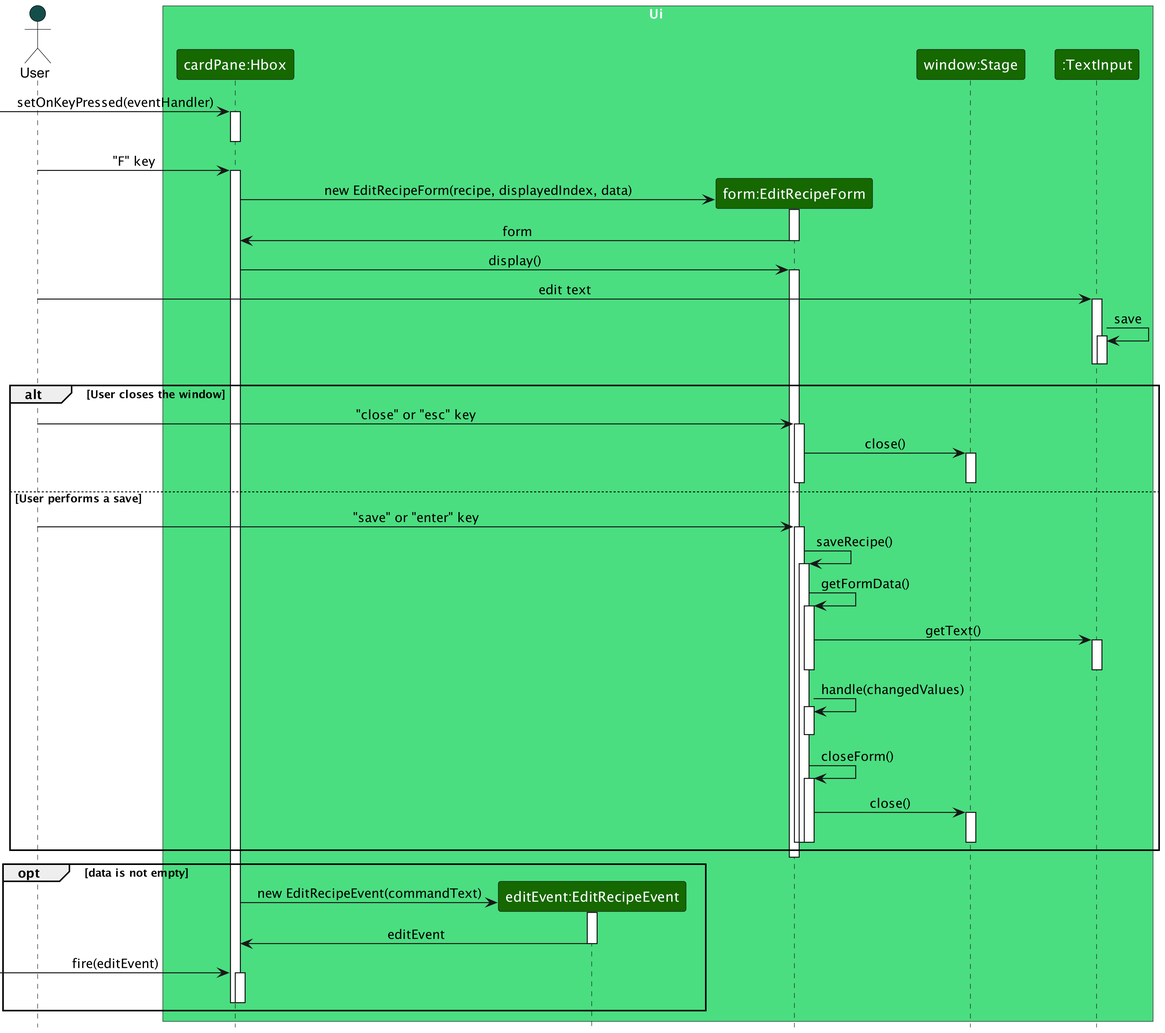
This is docs/images/EditRecipeFormSequenceDiagram.png from nus-cs2103-AY2223S2/tp, a PlantUML export, as it was before one commit. The source it was exported from:
```plantuml
@startuml
!include style.puml

Actor User as user ARCHI_USER_COLOR

box Ui UI_COLOR_T1
participant "cardPane:Hbox" as cardPane UI_COLOR_T3
participant "editEvent:EditRecipeEvent" as editEvent UI_COLOR_T3
participant "form:EditRecipeForm" as EditRecipeForm UI_COLOR_T3
participant "window:Stage" as window UI_COLOR_T3
participant ":TextInput" as TextInput UI_COLOR_T3
end box

[-> cardPane : setOnKeyPressed(eventHandler)
activate cardPane
deactivate cardPane

user -> cardPane : "F" key
activate cardPane

create EditRecipeForm
cardPane -> EditRecipeForm : new EditRecipeForm(recipe, displayedIndex, data)
activate EditRecipeForm

EditRecipeForm -> cardPane : form
deactivate EditRecipeForm

cardPane -> EditRecipeForm : display()
activate EditRecipeForm

user -> TextInput : edit text
activate TextInput
TextInput -> TextInput : save
activate TextInput
deactivate TextInput

deactivate TextInput

alt User closes the window
  user -> EditRecipeForm : "close" or "esc" key
  activate EditRecipeForm

  EditRecipeForm -> window : close()
  activate window
  deactivate window

  deactivate EditRecipeForm

else User performs a save
  user -> EditRecipeForm : "save" or "enter" key

  activate EditRecipeForm

  EditRecipeForm -> EditRecipeForm : saveRecipe()
  activate EditRecipeForm

  EditRecipeForm -> EditRecipeForm : getFormData()

  activate EditRecipeForm

  EditRecipeForm -> TextInput : getText()
  activate TextInput
  deactivate TextInput

  deactivate EditRecipeForm

  EditRecipeForm -> EditRecipeForm : handle(changedValues)
  activate EditRecipeForm
  deactivate EditRecipeForm

  EditRecipeForm -> EditRecipeForm : closeForm()
  activate EditRecipeForm

  EditRecipeForm -> window : close()
  activate window
  deactivate window

  deactivate EditRecipeForm

  deactivate EditRecipeForm

  deactivate EditRecipeForm

end

deactivate EditRecipeForm

opt data is not empty
  create editEvent
  cardPane -> editEvent : new EditRecipeEvent(commandText)

  activate editEvent

  editEvent -> cardPane : editEvent
  deactivate editEvent

  [-> cardPane : fire(editEvent)
  activate cardPane
  deactivate cardPane

  deactivate cardPane
end


@enduml
```
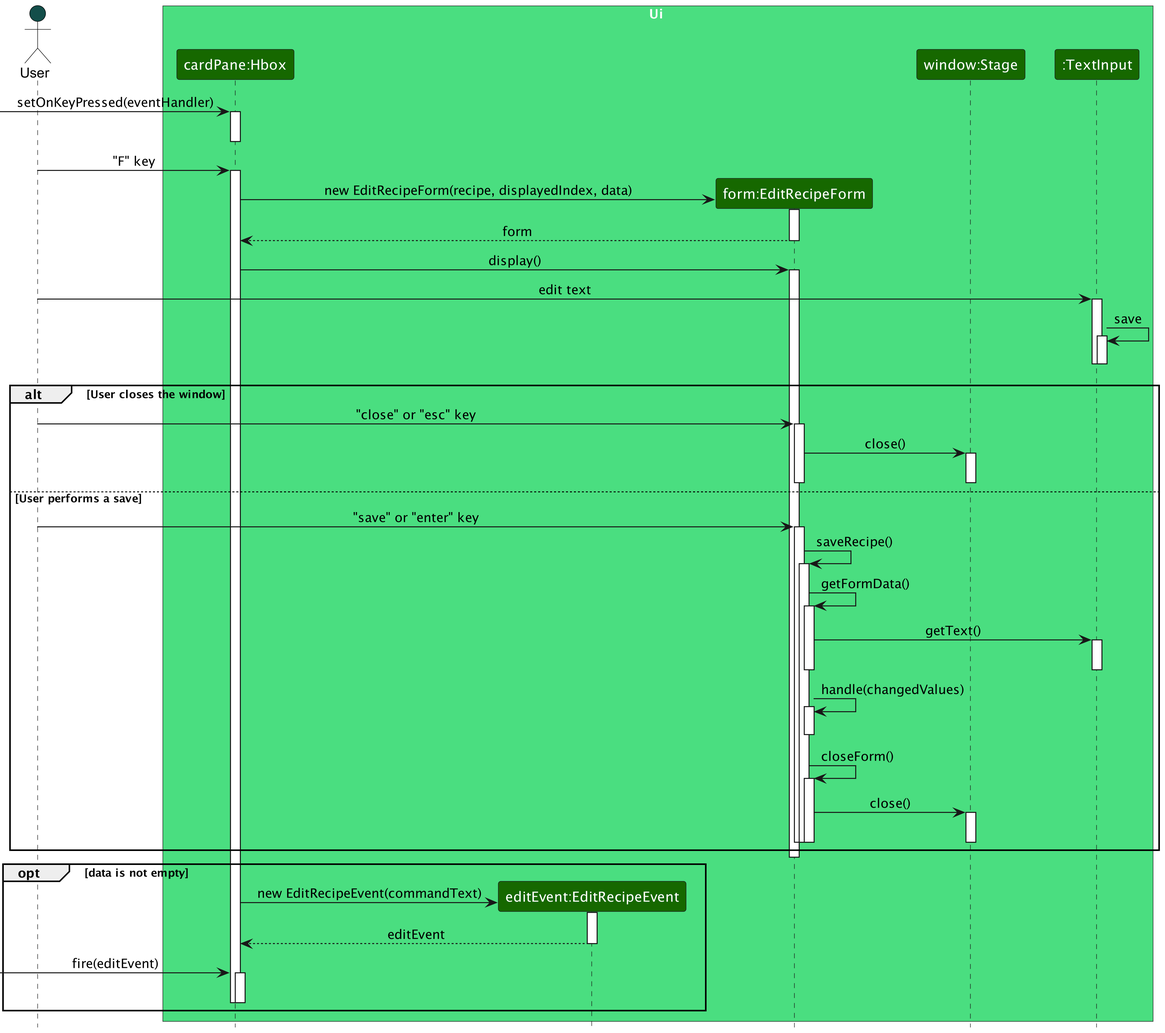
The same diagram one commit later.

Diff of the diagram source:
```diff
@@ -22,7 +22,7 @@
 cardPane -> EditRecipeForm : new EditRecipeForm(recipe, displayedIndex, data)
 activate EditRecipeForm
 
-EditRecipeForm -> cardPane : form
+EditRecipeForm --> cardPane : form
 deactivate EditRecipeForm
 
 cardPane -> EditRecipeForm : display()
@@ -91,7 +91,7 @@
 
   activate editEvent
 
-  editEvent -> cardPane : editEvent
+  editEvent --> cardPane : editEvent
   deactivate editEvent
 
   [-> cardPane : fire(editEvent)
@@ -101,5 +101,4 @@
   deactivate cardPane
 end
 
-
 @enduml
```
